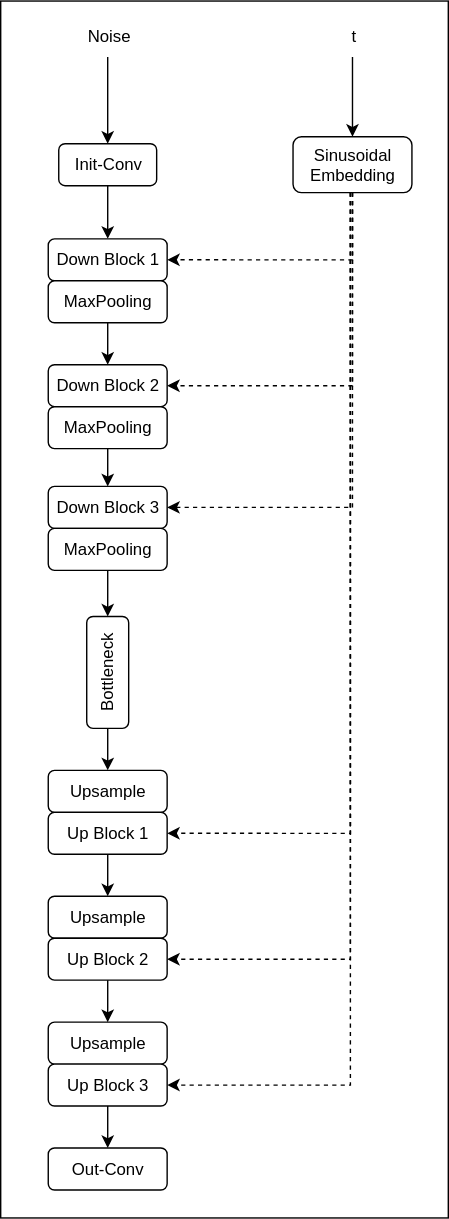
Above: docs/models/cnn-denoiser-large/schema.svg in MarcoKl99/DiffusionLab (draw.io), before the change. Source tidied: cells renumbered, new cells last; positions are measured from the earlier drawing's top-left corner, leaving out a move shared by most shapes.
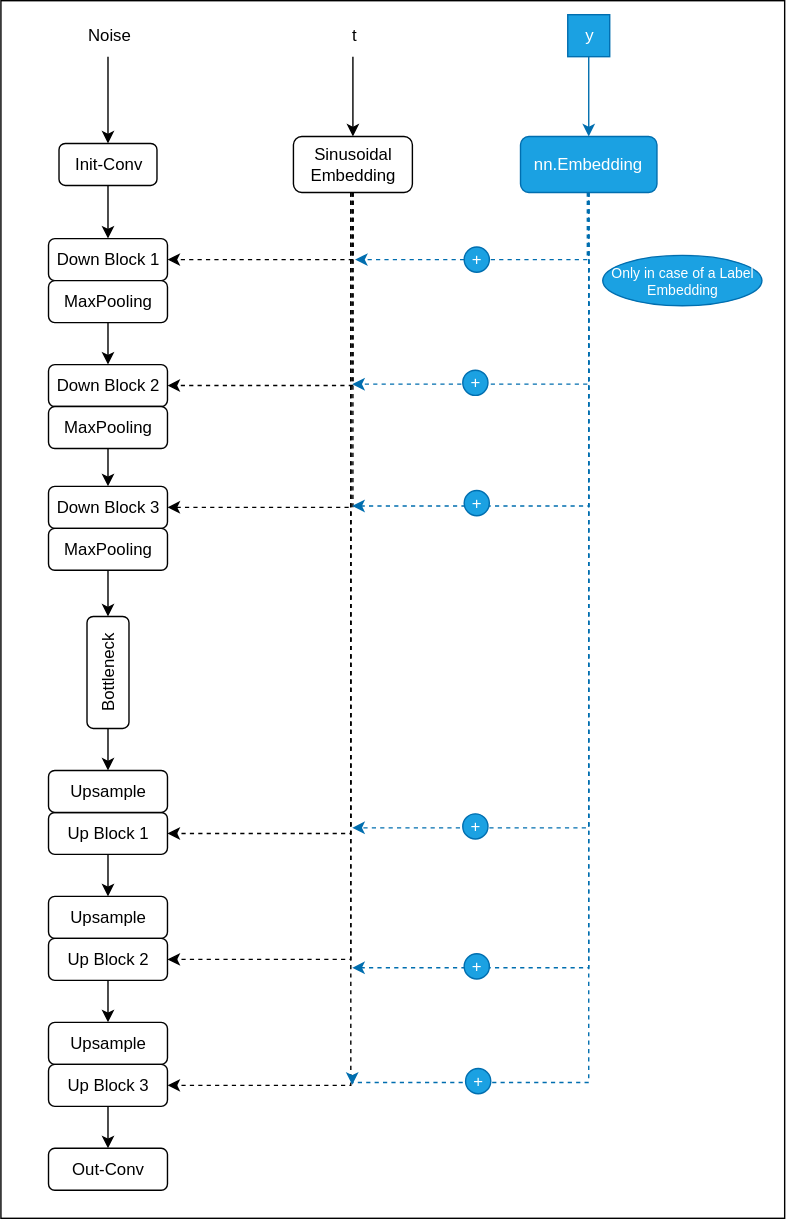
The same file after the commit.

Change to the diagram source:
```diff
@@ -3,7 +3,7 @@
     <mxCell id="0" />
     <mxCell id="1" parent="0" />
     <mxCell id="2" style="rounded=0;whiteSpace=wrap;html=1;" parent="1" vertex="1">
-      <mxGeometry width="320" height="870" as="geometry" />
+      <mxGeometry width="560" height="870" as="geometry" />
     </mxCell>
     <mxCell id="3" style="edgeStyle=orthogonalEdgeStyle;rounded=0;jettySize=auto;html=1;" parent="1" edge="1" source="4" target="8">
       <mxGeometry relative="1" as="geometry" />
@@ -149,5 +149,97 @@
     <mxCell id="42" style="edgeStyle=orthogonalEdgeStyle;rounded=0;jettySize=auto;html=1;" parent="1" edge="1" source="40" target="20">
       <mxGeometry relative="1" as="geometry" />
     </mxCell>
+    <mxCell id="43" style="edgeStyle=orthogonalEdgeStyle;rounded=0;jettySize=auto;html=1;fillColor=#1ba1e2;strokeColor=#006EAF;" parent="1" edge="1" source="44" target="51">
+      <mxGeometry relative="1" as="geometry" />
+    </mxCell>
+    <mxCell id="44" value="y" style="text;html=1;align=center;verticalAlign=middle;points=[];strokeColor=#006EAF;fillColor=#1ba1e2;fontColor=#ffffff;" parent="1" vertex="1">
+      <mxGeometry x="405" y="10" width="30" height="30" as="geometry" />
+    </mxCell>
+    <mxCell id="45" style="edgeStyle=orthogonalEdgeStyle;rounded=0;jettySize=auto;html=1;dashed=1;fillColor=#1ba1e2;strokeColor=#006EAF;" parent="1" edge="1" source="53">
+      <mxGeometry relative="1" as="geometry">
+        <mxPoint x="253" y="185" as="targetPoint" />
+      </mxGeometry>
+    </mxCell>
+    <mxCell id="46" style="edgeStyle=orthogonalEdgeStyle;rounded=0;jettySize=auto;html=1;dashed=1;fillColor=#1ba1e2;strokeColor=#006EAF;" parent="1" edge="1" source="51">
+      <mxGeometry relative="1" as="geometry">
+        <mxPoint x="250" y="275" as="targetPoint" />
+        <Array as="points">
+          <mxPoint x="420" y="274" />
+          <mxPoint x="251" y="274" />
+          <mxPoint x="251" y="275" />
+        </Array>
+      </mxGeometry>
+    </mxCell>
+    <mxCell id="47" style="edgeStyle=orthogonalEdgeStyle;rounded=0;jettySize=auto;html=1;dashed=1;fillColor=#1ba1e2;strokeColor=#006EAF;" parent="1" edge="1" source="51">
+      <mxGeometry relative="1" as="geometry">
+        <mxPoint x="250" y="360" as="targetPoint" />
+        <Array as="points">
+          <mxPoint x="420" y="361" />
+          <mxPoint x="251" y="361" />
+          <mxPoint x="251" y="360" />
+        </Array>
+      </mxGeometry>
+    </mxCell>
+    <mxCell id="48" style="edgeStyle=orthogonalEdgeStyle;rounded=0;jettySize=auto;html=1;dashed=1;fillColor=#1ba1e2;strokeColor=#006EAF;" parent="1" edge="1" source="51">
+      <mxGeometry relative="1" as="geometry">
+        <mxPoint x="250" y="590" as="targetPoint" />
+        <Array as="points">
+          <mxPoint x="420" y="591" />
+          <mxPoint x="251" y="591" />
+          <mxPoint x="251" y="590" />
+        </Array>
+      </mxGeometry>
+    </mxCell>
+    <mxCell id="49" style="edgeStyle=orthogonalEdgeStyle;rounded=0;jettySize=auto;html=1;dashed=1;fillColor=#1ba1e2;strokeColor=#006EAF;" parent="1" edge="1" source="51">
+      <mxGeometry relative="1" as="geometry">
+        <mxPoint x="250" y="690" as="targetPoint" />
+        <Array as="points">
+          <mxPoint x="420" y="691" />
+          <mxPoint x="251" y="691" />
+          <mxPoint x="251" y="690" />
+        </Array>
+      </mxGeometry>
+    </mxCell>
+    <mxCell id="50" style="edgeStyle=orthogonalEdgeStyle;rounded=0;jettySize=auto;html=1;dashed=1;fillColor=#1ba1e2;strokeColor=#006EAF;" parent="1" edge="1" source="51">
+      <mxGeometry relative="1" as="geometry">
+        <mxPoint x="250" y="774.6" as="targetPoint" />
+        <Array as="points">
+          <mxPoint x="420" y="773" />
+          <mxPoint x="251" y="773" />
+          <mxPoint x="251" y="775" />
+        </Array>
+      </mxGeometry>
+    </mxCell>
+    <mxCell id="51" value="nn.Embedding" style="rounded=1;whiteSpace=wrap;html=1;fillColor=#1ba1e2;fontColor=#ffffff;strokeColor=#006EAF;" parent="1" vertex="1">
+      <mxGeometry x="371.2" y="97" width="97.5" height="40" as="geometry" />
+    </mxCell>
+    <mxCell id="52" style="edgeStyle=orthogonalEdgeStyle;rounded=0;jettySize=auto;html=1;dashed=1;endArrow=none;endFill=0;fillColor=#1ba1e2;strokeColor=#006EAF;" parent="1" edge="1" source="51" target="53">
+      <mxGeometry relative="1" as="geometry">
+        <Array as="points">
+          <mxPoint x="419" y="185" />
+        </Array>
+      </mxGeometry>
+    </mxCell>
+    <mxCell id="53" value="+" style="ellipse;whiteSpace=wrap;html=1;fillColor=#1ba1e2;fontColor=#ffffff;strokeColor=#006EAF;" parent="1" vertex="1">
+      <mxGeometry x="331" y="176" width="18" height="18" as="geometry" />
+    </mxCell>
+    <mxCell id="54" value="Only in case of a Label Embedding" style="ellipse;whiteSpace=wrap;html=1;fillColor=#1ba1e2;fontColor=#ffffff;strokeColor=#006EAF;fontSize=10;" parent="1" vertex="1">
+      <mxGeometry x="430" y="182" width="113.8" height="36" as="geometry" />
+    </mxCell>
+    <mxCell id="55" value="+" style="ellipse;whiteSpace=wrap;html=1;fillColor=#1ba1e2;fontColor=#ffffff;strokeColor=#006EAF;" parent="1" vertex="1">
+      <mxGeometry x="330" y="264" width="18" height="18" as="geometry" />
+    </mxCell>
+    <mxCell id="56" value="+" style="ellipse;whiteSpace=wrap;html=1;fillColor=#1ba1e2;fontColor=#ffffff;strokeColor=#006EAF;" parent="1" vertex="1">
+      <mxGeometry x="331" y="350" width="18" height="18" as="geometry" />
+    </mxCell>
+    <mxCell id="57" value="+" style="ellipse;whiteSpace=wrap;html=1;fillColor=#1ba1e2;fontColor=#ffffff;strokeColor=#006EAF;" parent="1" vertex="1">
+      <mxGeometry x="330" y="581" width="18" height="18" as="geometry" />
+    </mxCell>
+    <mxCell id="58" value="+" style="ellipse;whiteSpace=wrap;html=1;fillColor=#1ba1e2;fontColor=#ffffff;strokeColor=#006EAF;" parent="1" vertex="1">
+      <mxGeometry x="331" y="681" width="18" height="18" as="geometry" />
+    </mxCell>
+    <mxCell id="59" value="+" style="ellipse;whiteSpace=wrap;html=1;fillColor=#1ba1e2;fontColor=#ffffff;strokeColor=#006EAF;" parent="1" vertex="1">
+      <mxGeometry x="332" y="763" width="18" height="18" as="geometry" />
+    </mxCell>
   </root>
 </mxGraphModel>
```
